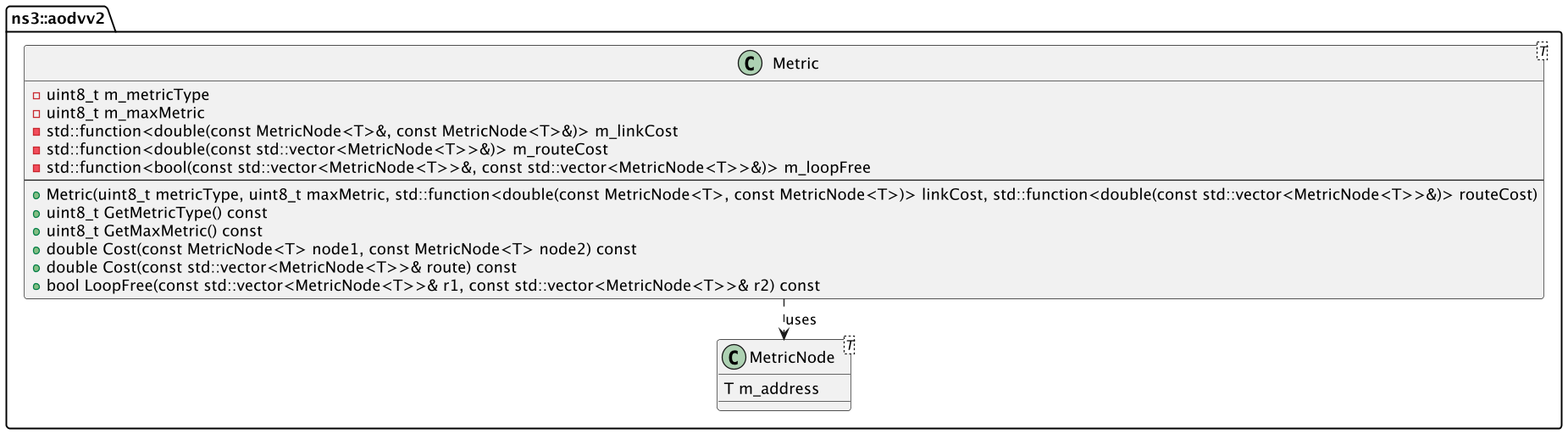
Earlier version of the PlantUML export src/aodvv2/uml/aodvv2-metric.png (sjeon87/ns-3-dev).
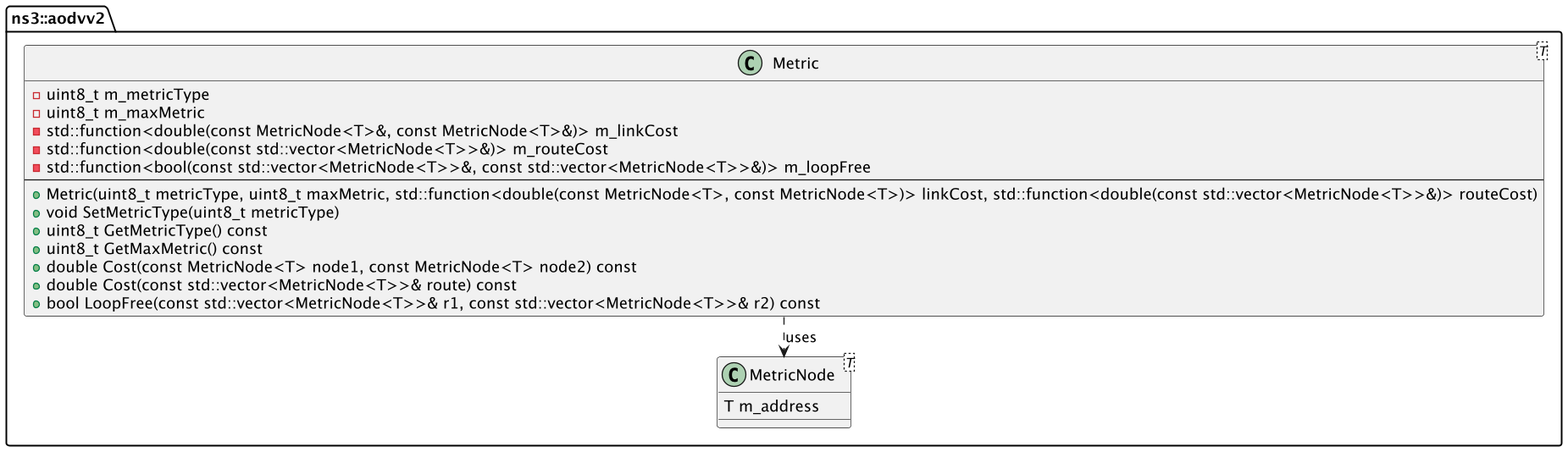
Above is the later version.

Commit message:
metric inside localRoute

Diff of the diagram source:
```diff
@@ -13,6 +13,7 @@
         - std::function<bool(const std::vector<MetricNode<T>>&, const std::vector<MetricNode<T>>&)> m_loopFree
         --
         + Metric(uint8_t metricType, uint8_t maxMetric, std::function<double(const MetricNode<T>, const MetricNode<T>)> linkCost, std::function<double(const std::vector<MetricNode<T>>&)> routeCost)
+        + void SetMetricType(uint8_t metricType)
         + uint8_t GetMetricType() const
         + uint8_t GetMaxMetric() const
         + double Cost(const MetricNode<T> node1, const MetricNode<T> node2) const
```
